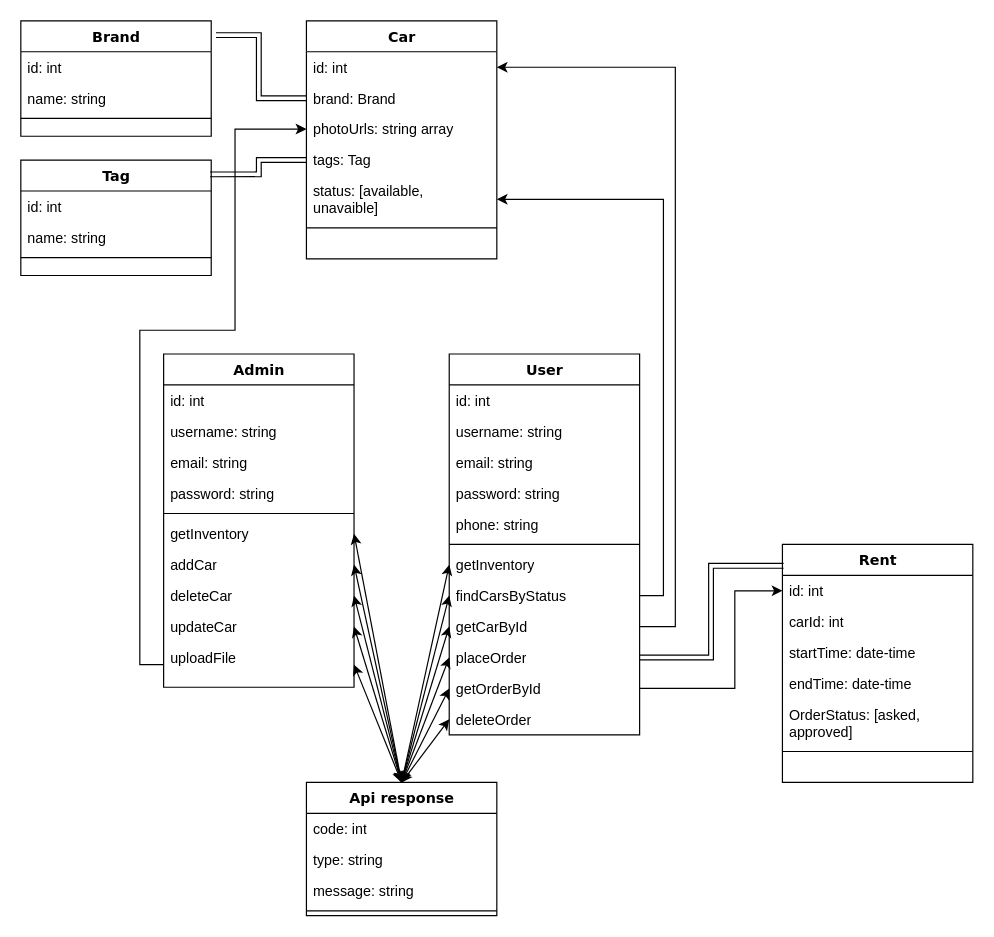
ViraMaximets/Flask keeps this draw.io diagram as REST_scheme.drawio. Above is the earlier version. Source tidied: cells renumbered, new cells numbered last; positions are measured from the earlier drawing's top-left corner, leaving out a move shared by most shapes. Both pictures are drawn from the tidied source at 119%, with x=0, y=0 at pixel (20, 20).
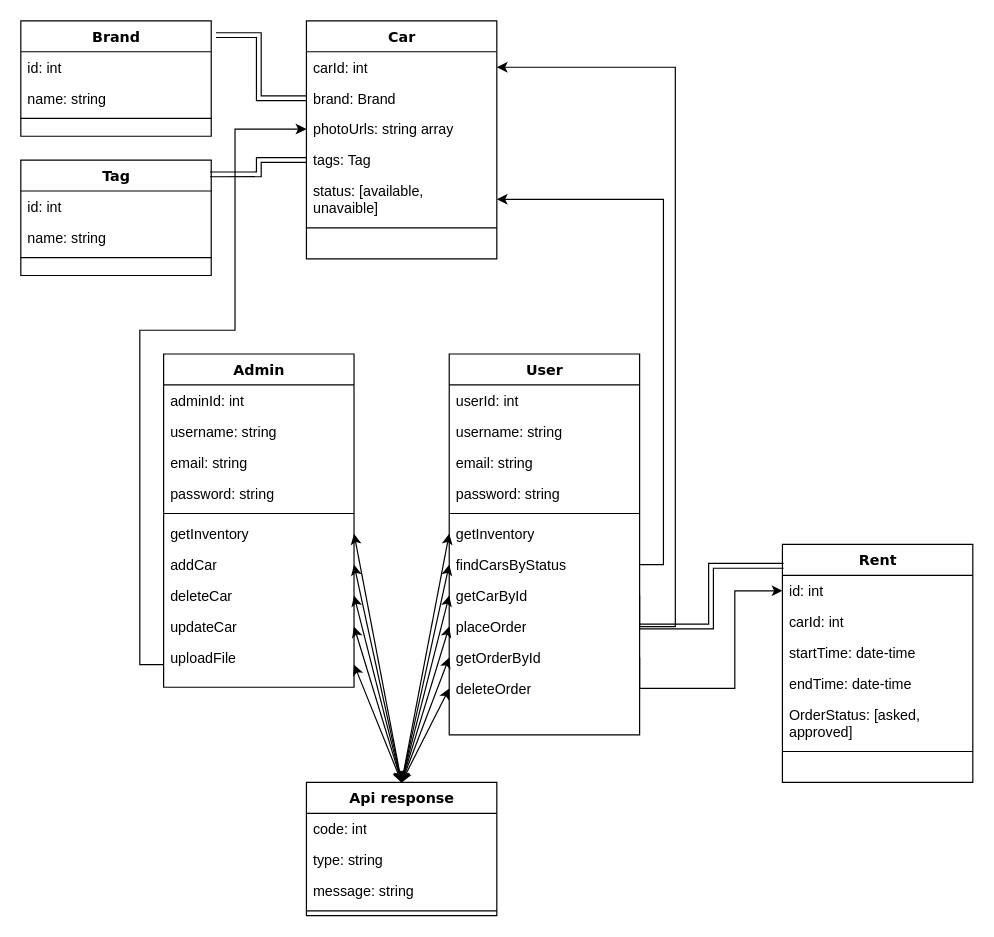
Above is the later version.

Unchanged cells that the change refers to:
```xml
<mxCell id="2" value="Car" style="swimlane;html=1;fontStyle=1;align=center;verticalAlign=top;horizontal=1;startSize=26;swimlaneFillColor=#ffffff;rounded=0;shadow=0;comic=0;labelBackgroundColor=none;strokeWidth=1;fillColor=none;fontFamily=Verdana;fontSize=12;" parent="1" vertex="1">
  <mxGeometry x="240" width="160" height="200" as="geometry" />
</mxCell>
<mxCell id="20" value="Admin" style="swimlane;html=1;fontStyle=1;align=center;verticalAlign=top;horizontal=1;startSize=26;swimlaneFillColor=#ffffff;rounded=0;shadow=0;comic=0;labelBackgroundColor=none;strokeWidth=1;fillColor=none;fontFamily=Verdana;fontSize=12;" parent="1" vertex="1">
  <mxGeometry x="120" y="280" width="160" height="280" as="geometry" />
</mxCell>
<mxCell id="35" value="User" style="swimlane;html=1;fontStyle=1;align=center;verticalAlign=top;horizontal=1;startSize=26;swimlaneFillColor=#ffffff;rounded=0;shadow=0;comic=0;labelBackgroundColor=none;strokeWidth=1;fillColor=none;fontFamily=Verdana;fontSize=12;" parent="1" vertex="1">
  <mxGeometry x="360" y="280" width="160" height="320" as="geometry" />
</mxCell>
```

Change to the diagram source:
```diff
@@
-    <mxCell id="3" value="id: int" style="text;html=1;strokeColor=none;fillColor=none;align=left;verticalAlign=top;spacingLeft=4;spacingRight=4;whiteSpace=wrap;overflow=hidden;points=[[0,0.5],[1,0.5]];portConstraint=eastwest;" parent="2" vertex="1">
+    <mxCell id="3" value="carId: int" style="text;html=1;strokeColor=none;fillColor=none;align=left;verticalAlign=top;spacingLeft=4;spacingRight=4;whiteSpace=wrap;overflow=hidden;points=[[0,0.5],[1,0.5]];portConstraint=eastwest;" parent="2" vertex="1">
       <mxGeometry y="26" width="160" height="26" as="geometry" />
     </mxCell>
@@
-    <mxCell id="21" value="id: int" style="text;html=1;strokeColor=none;fillColor=none;align=left;verticalAlign=top;spacingLeft=4;spacingRight=4;whiteSpace=wrap;overflow=hidden;" parent="20" vertex="1">
+    <mxCell id="21" value="adminId: int" style="text;html=1;strokeColor=none;fillColor=none;align=left;verticalAlign=top;spacingLeft=4;spacingRight=4;whiteSpace=wrap;overflow=hidden;" parent="20" vertex="1">
       <mxGeometry y="26" width="160" height="26" as="geometry" />
     </mxCell>
@@
-    <mxCell id="36" value="id: int" style="text;html=1;strokeColor=none;fillColor=none;align=left;verticalAlign=top;spacingLeft=4;spacingRight=4;whiteSpace=wrap;overflow=hidden;" parent="35" vertex="1">
+    <mxCell id="36" value="userId: int" style="text;html=1;strokeColor=none;fillColor=none;align=left;verticalAlign=top;spacingLeft=4;spacingRight=4;whiteSpace=wrap;overflow=hidden;" parent="35" vertex="1">
       <mxGeometry y="26" width="160" height="26" as="geometry" />
     </mxCell>
@@
-    <mxCell id="40" value="phone: string" style="text;html=1;strokeColor=none;fillColor=none;align=left;verticalAlign=top;spacingLeft=4;spacingRight=4;whiteSpace=wrap;overflow=hidden;" parent="35" vertex="1">
-      <mxGeometry y="130" width="160" height="26" as="geometry" />
-    </mxCell>
     <mxCell id="41" style="line;html=1;strokeWidth=1;fillColor=none;align=left;verticalAlign=middle;spacingTop=-1;spacingLeft=3;spacingRight=3;labelPosition=right;" parent="35" vertex="1">
-      <mxGeometry y="156" width="160" height="8" as="geometry" />
+      <mxGeometry y="130" width="160" height="8" as="geometry" />
     </mxCell>
     <mxCell id="42" value="getInventory" style="text;html=1;strokeColor=none;fillColor=none;align=left;verticalAlign=top;spacingLeft=4;spacingRight=4;whiteSpace=wrap;overflow=hidden;points=[[0,0.5],[1,0.5]];portConstraint=eastwest;" parent="35" vertex="1">
-      <mxGeometry y="164" width="160" height="26" as="geometry" />
+      <mxGeometry y="138" width="160" height="26" as="geometry" />
     </mxCell>
     <mxCell id="43" value="findCarsByStatus" style="text;html=1;strokeColor=none;fillColor=none;align=left;verticalAlign=top;spacingLeft=4;spacingRight=4;whiteSpace=wrap;overflow=hidden;points=[[0,0.5],[1,0.5]];portConstraint=eastwest;" parent="35" vertex="1">
-      <mxGeometry y="190" width="160" height="26" as="geometry" />
+      <mxGeometry y="164" width="160" height="26" as="geometry" />
     </mxCell>
     <mxCell id="44" value="getCarById" style="text;html=1;strokeColor=none;fillColor=none;align=left;verticalAlign=top;spacingLeft=4;spacingRight=4;whiteSpace=wrap;overflow=hidden;points=[[0,0.5],[1,0.5]];portConstraint=eastwest;" parent="35" vertex="1">
-      <mxGeometry y="216" width="160" height="26" as="geometry" />
+      <mxGeometry y="190" width="160" height="26" as="geometry" />
     </mxCell>
     <mxCell id="45" value="placeOrder" style="text;html=1;strokeColor=none;fillColor=none;align=left;verticalAlign=top;spacingLeft=4;spacingRight=4;whiteSpace=wrap;overflow=hidden;points=[[0,0.5],[1,0.5]];portConstraint=eastwest;" parent="35" vertex="1">
-      <mxGeometry y="242" width="160" height="26" as="geometry" />
+      <mxGeometry y="216" width="160" height="26" as="geometry" />
     </mxCell>
     <mxCell id="46" value="getOrderById" style="text;html=1;strokeColor=none;fillColor=none;align=left;verticalAlign=top;spacingLeft=4;spacingRight=4;whiteSpace=wrap;overflow=hidden;points=[[0,0.5],[1,0.5]];portConstraint=eastwest;" parent="35" vertex="1">
-      <mxGeometry y="268" width="160" height="26" as="geometry" />
+      <mxGeometry y="242" width="160" height="26" as="geometry" />
     </mxCell>
     <mxCell id="47" value="deleteOrder" style="text;html=1;strokeColor=none;fillColor=none;align=left;verticalAlign=top;spacingLeft=4;spacingRight=4;whiteSpace=wrap;overflow=hidden;points=[[0,0.5],[1,0.5]];portConstraint=eastwest;" parent="35" vertex="1">
-      <mxGeometry y="294" width="160" height="26" as="geometry" />
+      <mxGeometry y="268" width="160" height="26" as="geometry" />
     </mxCell>
```
